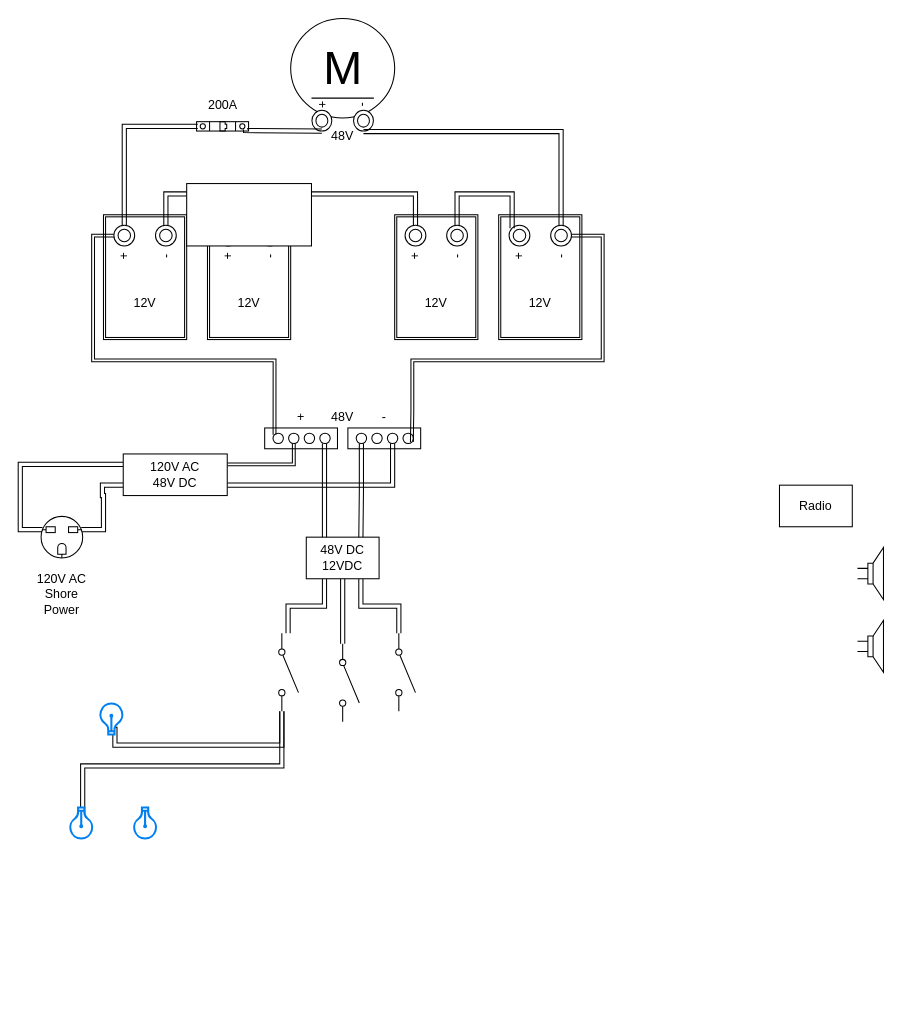
This is Boat_Electrical.drawio from picostar/notes, a draw.io file, before an edit. Source tidied: cells renumbered, new cells numbered last; positions are measured from the earlier drawing's top-left corner, leaving out a move shared by most shapes. Both pictures are drawn from the tidied source at 104%, with x=0, y=0 at pixel (20, 18).
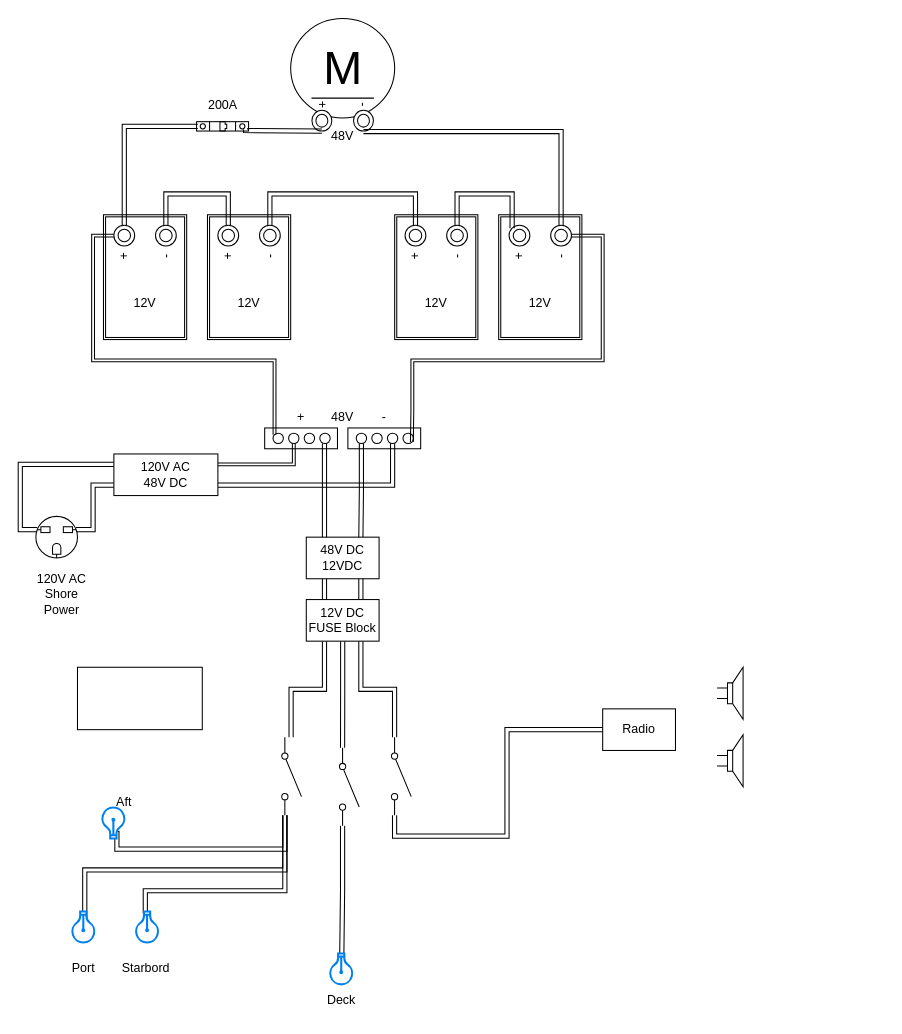
The same diagram, later.

The change refers to these unchanged cells:
```xml
<mxCell id="70" value="48V DC&lt;br&gt;12VDC" style="rounded=0;whiteSpace=wrap;html=1;" parent="1" vertex="1">
  <mxGeometry x="275" y="499" width="70" height="40" as="geometry" />
</mxCell>
```

Diff of the diagram source:
```diff
@@
     <mxCell id="3" style="edgeStyle=orthogonalEdgeStyle;shape=link;rounded=0;jettySize=auto;html=1;exitX=0.965;exitY=0.32;exitDx=0;exitDy=0;exitPerimeter=0;entryX=0;entryY=0.75;entryDx=0;entryDy=0;elbow=vertical;" parent="1" edge="1" source="4" target="65">
       <mxGeometry relative="1" as="geometry">
         <Array as="points">
-          <mxPoint x="80" y="492" />
-          <mxPoint x="80" y="459" />
-          <mxPoint x="79" y="459" />
-          <mxPoint x="79" y="449" />
+          <mxPoint x="70" y="492" />
+          <mxPoint x="70" y="449" />
         </Array>
       </mxGeometry>
     </mxCell>
     <mxCell id="4" style="verticalLabelPosition=bottom;shadow=0;dashed=0;align=center;html=1;verticalAlign=top;shape=mxgraph.electrical.miscellaneous.f_m_3_conductor_3;" parent="1" vertex="1">
-      <mxGeometry x="20" y="479" width="40" height="40" as="geometry" />
+      <mxGeometry x="15" y="479" width="40" height="40" as="geometry" />
     </mxCell>
@@
     <mxCell id="65" value="120V AC&lt;br&gt;48V DC" style="rounded=0;whiteSpace=wrap;html=1;" parent="1" vertex="1">
-      <mxGeometry x="99" y="419" width="100" height="40" as="geometry" />
+      <mxGeometry x="90" y="419" width="100" height="40" as="geometry" />
     </mxCell>
@@
-    <mxCell id="67" style="edgeStyle=orthogonalEdgeStyle;shape=link;rounded=0;jettySize=auto;html=1;exitX=0.25;exitY=1;exitDx=0;exitDy=0;elbow=vertical;" parent="1" edge="1" source="70" target="81">
-      <mxGeometry relative="1" as="geometry" />
-    </mxCell>
-    <mxCell id="68" style="edgeStyle=orthogonalEdgeStyle;shape=link;rounded=0;jettySize=auto;html=1;exitX=0.5;exitY=1;exitDx=0;exitDy=0;entryX=0;entryY=0.8;entryDx=0;entryDy=0;elbow=vertical;" parent="1" edge="1" source="70" target="82">
-      <mxGeometry relative="1" as="geometry" />
-    </mxCell>
-    <mxCell id="69" style="edgeStyle=orthogonalEdgeStyle;shape=link;rounded=0;jettySize=auto;html=1;exitX=0.75;exitY=1;exitDx=0;exitDy=0;entryX=0;entryY=0.8;entryDx=0;entryDy=0;elbow=vertical;" parent="1" edge="1" source="70" target="83">
-      <mxGeometry relative="1" as="geometry" />
-    </mxCell>
@@
     <mxCell id="75" value="Radio" style="rounded=0;whiteSpace=wrap;html=1;" parent="1" vertex="1">
-      <mxGeometry x="730" y="449" width="70" height="40" as="geometry" />
+      <mxGeometry x="560" y="664.1" width="70" height="40" as="geometry" />
     </mxCell>
     <mxCell id="76" style="verticalLabelPosition=bottom;shadow=0;dashed=0;align=center;html=1;verticalAlign=top;shape=mxgraph.electrical.electro-mechanical.loudspeaker;" parent="1" vertex="1">
-      <mxGeometry x="805" y="509" width="25" height="50" as="geometry" />
+      <mxGeometry x="670" y="624.1" width="25" height="50" as="geometry" />
     </mxCell>
     <mxCell id="77" style="verticalLabelPosition=bottom;shadow=0;dashed=0;align=center;html=1;verticalAlign=top;shape=mxgraph.electrical.electro-mechanical.loudspeaker;rotation=0;" parent="1" vertex="1">
-      <mxGeometry x="805" y="579" width="25" height="50" as="geometry" />
+      <mxGeometry x="670" y="689" width="25" height="50" as="geometry" />
     </mxCell>
     <mxCell id="78" style="rounded=0;whiteSpace=wrap;html=1;" parent="1" vertex="1">
-      <mxGeometry x="160" y="159" width="120" height="60" as="geometry" />
+      <mxGeometry x="55" y="624.1" width="120" height="60" as="geometry" />
     </mxCell>
-    <mxCell id="79" style="edgeStyle=orthogonalEdgeStyle;shape=link;rounded=0;jettySize=auto;html=1;exitX=1;exitY=0.8;exitDx=0;exitDy=0;entryX=0.482;entryY=0.831;entryDx=0;entryDy=0;entryPerimeter=0;elbow=vertical;" parent="1" edge="1" source="81" target="85">
-      <mxGeometry relative="1" as="geometry">
-        <Array as="points">
-          <mxPoint x="252" y="699" />
-          <mxPoint x="91" y="699" />
-        </Array>
-      </mxGeometry>
-    </mxCell>
-    <mxCell id="80" style="edgeStyle=orthogonalEdgeStyle;shape=link;rounded=0;jettySize=auto;html=1;exitX=1;exitY=0.8;exitDx=0;exitDy=0;entryX=0.547;entryY=0.618;entryDx=0;entryDy=0;entryPerimeter=0;elbow=vertical;" parent="1" edge="1" source="81" target="84">
-      <mxGeometry relative="1" as="geometry">
-        <Array as="points">
-          <mxPoint x="252" y="719" />
-          <mxPoint x="60" y="719" />
-          <mxPoint x="60" y="770" />
-        </Array>
-      </mxGeometry>
-    </mxCell>
-    <mxCell id="81" style="html=1;shape=mxgraph.electrical.electro-mechanical.singleSwitch;elSwitchState=off;rotation=90;" parent="1" vertex="1">
-      <mxGeometry x="220" y="619" width="75" height="20" as="geometry" />
-    </mxCell>
-    <mxCell id="82" style="html=1;shape=mxgraph.electrical.electro-mechanical.singleSwitch;elSwitchState=off;rotation=90;" parent="1" vertex="1">
-      <mxGeometry x="278.5" y="629" width="75" height="20" as="geometry" />
-    </mxCell>
-    <mxCell id="83" style="html=1;shape=mxgraph.electrical.electro-mechanical.singleSwitch;elSwitchState=off;rotation=90;" parent="1" vertex="1">
-      <mxGeometry x="332.5" y="619" width="75" height="20" as="geometry" />
-    </mxCell>
-    <mxCell id="84" style="html=1;verticalLabelPosition=bottom;align=center;labelBackgroundColor=#ffffff;verticalAlign=top;strokeWidth=2;strokeColor=#0080F0;shadow=0;dashed=0;shape=mxgraph.ios7.icons.lightbulb;rotation=-180;" parent="1" vertex="1">
-      <mxGeometry x="47.2" y="759" width="22.8" height="29.7" as="geometry" />
-    </mxCell>
-    <mxCell id="85" style="html=1;verticalLabelPosition=bottom;align=center;labelBackgroundColor=#ffffff;verticalAlign=top;strokeWidth=2;strokeColor=#0080F0;shadow=0;dashed=0;shape=mxgraph.ios7.icons.lightbulb;" parent="1" vertex="1">
-      <mxGeometry x="76.2" y="659" width="22.8" height="29.7" as="geometry" />
-    </mxCell>
-    <mxCell id="86" style="html=1;verticalLabelPosition=bottom;align=center;labelBackgroundColor=#ffffff;verticalAlign=top;strokeWidth=2;strokeColor=#0080F0;shadow=0;dashed=0;shape=mxgraph.ios7.icons.lightbulb;rotation=-180;" parent="1" vertex="1">
-      <mxGeometry x="108.6" y="759" width="22.8" height="29.7" as="geometry" />
-    </mxCell>
+    <mxCell id="87" style="edgeStyle=orthogonalEdgeStyle;shape=link;rounded=0;jettySize=auto;html=1;exitX=0.25;exitY=1;exitDx=0;exitDy=0;elbow=vertical;" parent="1" edge="1" source="106" target="93">
+      <mxGeometry relative="1" as="geometry" />
+    </mxCell>
+    <mxCell id="88" style="edgeStyle=orthogonalEdgeStyle;shape=link;rounded=0;jettySize=auto;html=1;exitX=0.5;exitY=1;exitDx=0;exitDy=0;entryX=0;entryY=0.8;entryDx=0;entryDy=0;elbow=vertical;" parent="1" edge="1" source="106" target="95">
+      <mxGeometry relative="1" as="geometry" />
+    </mxCell>
+    <mxCell id="89" style="edgeStyle=orthogonalEdgeStyle;shape=link;rounded=0;jettySize=auto;html=1;exitX=0.75;exitY=1;exitDx=0;exitDy=0;entryX=0;entryY=0.8;entryDx=0;entryDy=0;elbow=vertical;" parent="1" edge="1" source="106" target="97">
+      <mxGeometry relative="1" as="geometry" />
+    </mxCell>
+    <mxCell id="90" style="edgeStyle=orthogonalEdgeStyle;shape=link;rounded=0;jettySize=auto;html=1;exitX=1;exitY=0.8;exitDx=0;exitDy=0;entryX=0.482;entryY=0.831;entryDx=0;entryDy=0;entryPerimeter=0;elbow=vertical;" parent="1" edge="1" source="93" target="99">
+      <mxGeometry relative="1" as="geometry">
+        <Array as="points">
+          <mxPoint x="253.9" y="799" />
+          <mxPoint x="92.9" y="799" />
+        </Array>
+      </mxGeometry>
+    </mxCell>
+    <mxCell id="91" style="edgeStyle=orthogonalEdgeStyle;shape=link;rounded=0;jettySize=auto;html=1;exitX=1;exitY=0.8;exitDx=0;exitDy=0;entryX=0.547;entryY=0.618;entryDx=0;entryDy=0;entryPerimeter=0;elbow=vertical;" parent="1" edge="1" source="93" target="98">
+      <mxGeometry relative="1" as="geometry">
+        <Array as="points">
+          <mxPoint x="253.9" y="819" />
+          <mxPoint x="62" y="819" />
+          <mxPoint x="62" y="870" />
+        </Array>
+      </mxGeometry>
+    </mxCell>
+    <mxCell id="92" style="edgeStyle=orthogonalEdgeStyle;shape=link;rounded=0;jettySize=auto;html=1;exitX=1;exitY=0.8;exitDx=0;exitDy=0;entryX=0.573;entryY=0.955;entryDx=0;entryDy=0;entryPerimeter=0;elbow=vertical;" parent="1" edge="1" source="93" target="100">
+      <mxGeometry relative="1" as="geometry">
+        <Array as="points">
+          <mxPoint x="253.9" y="839" />
+          <mxPoint x="119.9" y="839" />
+        </Array>
+      </mxGeometry>
+    </mxCell>
+    <mxCell id="93" style="html=1;shape=mxgraph.electrical.electro-mechanical.singleSwitch;elSwitchState=off;rotation=90;" parent="1" vertex="1">
+      <mxGeometry x="222.9" y="719" width="75" height="20" as="geometry" />
+    </mxCell>
+    <mxCell id="94" style="edgeStyle=orthogonalEdgeStyle;shape=link;rounded=0;jettySize=auto;html=1;exitX=1;exitY=0.8;exitDx=0;exitDy=0;entryX=0.478;entryY=0.794;entryDx=0;entryDy=0;entryPerimeter=0;elbow=vertical;" parent="1" edge="1" source="95" target="107">
+      <mxGeometry relative="1" as="geometry" />
+    </mxCell>
+    <mxCell id="95" style="html=1;shape=mxgraph.electrical.electro-mechanical.singleSwitch;elSwitchState=off;rotation=90;" parent="1" vertex="1">
+      <mxGeometry x="278.4" y="729" width="75" height="20" as="geometry" />
+    </mxCell>
+    <mxCell id="96" style="edgeStyle=orthogonalEdgeStyle;shape=link;rounded=0;jettySize=auto;html=1;exitX=1;exitY=0.8;exitDx=0;exitDy=0;entryX=0;entryY=0.5;entryDx=0;entryDy=0;elbow=vertical;" parent="1" edge="1" source="97" target="75">
+      <mxGeometry relative="1" as="geometry" />
+    </mxCell>
+    <mxCell id="97" style="html=1;shape=mxgraph.electrical.electro-mechanical.singleSwitch;elSwitchState=off;rotation=90;" parent="1" vertex="1">
+      <mxGeometry x="328.4" y="719" width="75" height="20" as="geometry" />
+    </mxCell>
+    <mxCell id="98" style="html=1;verticalLabelPosition=bottom;align=center;labelBackgroundColor=#ffffff;verticalAlign=top;strokeWidth=2;strokeColor=#0080F0;shadow=0;dashed=0;shape=mxgraph.ios7.icons.lightbulb;rotation=-180;" parent="1" vertex="1">
+      <mxGeometry x="49.2" y="859" width="22.8" height="29.7" as="geometry" />
+    </mxCell>
+    <mxCell id="99" style="html=1;verticalLabelPosition=bottom;align=center;labelBackgroundColor=#ffffff;verticalAlign=top;strokeWidth=2;strokeColor=#0080F0;shadow=0;dashed=0;shape=mxgraph.ios7.icons.lightbulb;" parent="1" vertex="1">
+      <mxGeometry x="78.1" y="759" width="22.8" height="29.7" as="geometry" />
+    </mxCell>
+    <mxCell id="100" style="html=1;verticalLabelPosition=bottom;align=center;labelBackgroundColor=#ffffff;verticalAlign=top;strokeWidth=2;strokeColor=#0080F0;shadow=0;dashed=0;shape=mxgraph.ios7.icons.lightbulb;rotation=-180;" parent="1" vertex="1">
+      <mxGeometry x="110.5" y="859" width="22.8" height="29.7" as="geometry" />
+    </mxCell>
+    <mxCell id="101" value="Deck" style="text;html=1;strokeColor=none;fillColor=none;align=center;verticalAlign=middle;whiteSpace=wrap;rounded=0;" parent="1" vertex="1">
+      <mxGeometry x="278.6" y="929" width="60" height="30" as="geometry" />
+    </mxCell>
+    <mxCell id="102" value="Port" style="text;html=1;strokeColor=none;fillColor=none;align=center;verticalAlign=middle;whiteSpace=wrap;rounded=0;" parent="1" vertex="1">
+      <mxGeometry x="30.6" y="899" width="60" height="30" as="geometry" />
+    </mxCell>
+    <mxCell id="103" value="Starbord" style="text;html=1;strokeColor=none;fillColor=none;align=center;verticalAlign=middle;whiteSpace=wrap;rounded=0;" parent="1" vertex="1">
+      <mxGeometry x="90.6" y="899" width="60" height="30" as="geometry" />
+    </mxCell>
+    <mxCell id="104" style="edgeStyle=orthogonalEdgeStyle;shape=link;rounded=0;jettySize=auto;html=1;exitX=0.25;exitY=0;exitDx=0;exitDy=0;entryX=0.25;entryY=1;entryDx=0;entryDy=0;elbow=vertical;" parent="1" edge="1" source="106" target="70">
+      <mxGeometry relative="1" as="geometry" />
+    </mxCell>
+    <mxCell id="105" style="edgeStyle=orthogonalEdgeStyle;shape=link;rounded=0;jettySize=auto;html=1;exitX=0.75;exitY=0;exitDx=0;exitDy=0;entryX=0.75;entryY=1;entryDx=0;entryDy=0;elbow=vertical;" parent="1" edge="1" source="106" target="70">
+      <mxGeometry relative="1" as="geometry" />
+    </mxCell>
+    <mxCell id="106" value="12V DC&lt;br&gt;FUSE Block" style="rounded=0;whiteSpace=wrap;html=1;" parent="1" vertex="1">
+      <mxGeometry x="275" y="559" width="70" height="40" as="geometry" />
+    </mxCell>
+    <mxCell id="107" style="html=1;verticalLabelPosition=bottom;align=center;labelBackgroundColor=#ffffff;verticalAlign=top;strokeWidth=2;strokeColor=#0080F0;shadow=0;dashed=0;shape=mxgraph.ios7.icons.lightbulb;rotation=-180;" parent="1" vertex="1">
+      <mxGeometry x="297.2" y="899.3" width="22.8" height="29.7" as="geometry" />
+    </mxCell>
+    <mxCell id="108" value="Aft" style="text;html=1;strokeColor=none;fillColor=none;align=center;verticalAlign=middle;whiteSpace=wrap;rounded=0;" parent="1" vertex="1">
+      <mxGeometry x="69.6" y="739" width="60" height="30" as="geometry" />
+    </mxCell>
```
